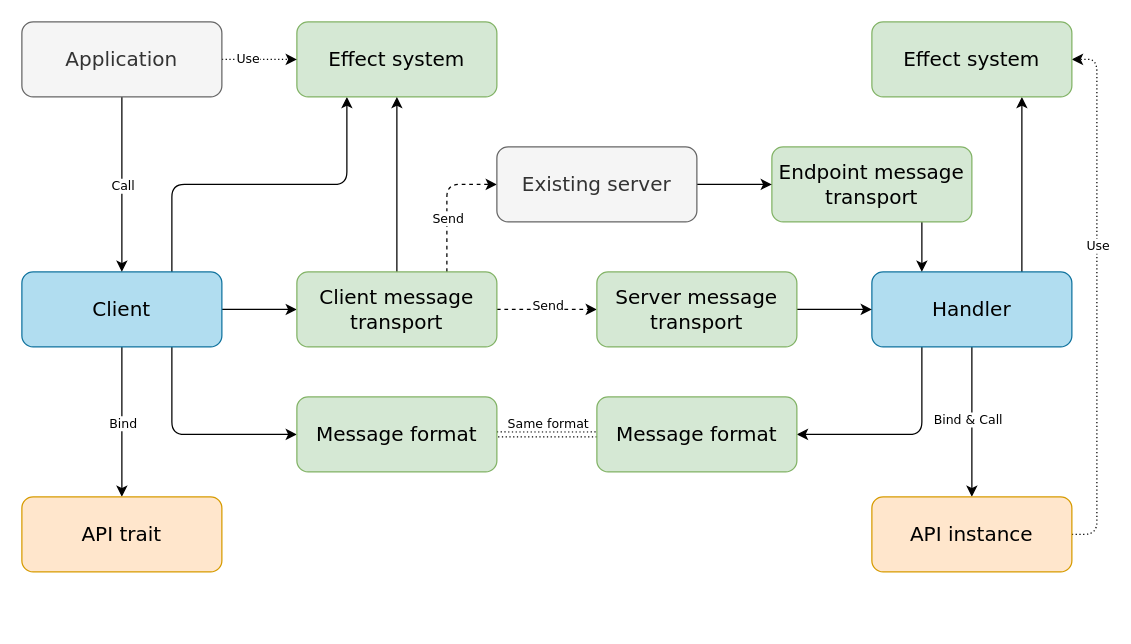
Before: doc/diagrams/architecture.drawio in martin-ockajak/automorph, a draw.io diagram. Source tidied: cells renumbered, new cells numbered last; positions are measured from the earlier drawing's top-left corner, leaving out a move shared by most shapes. Both pictures are drawn from the tidied source at 125%, with x=0, y=0 at pixel (21, 21).
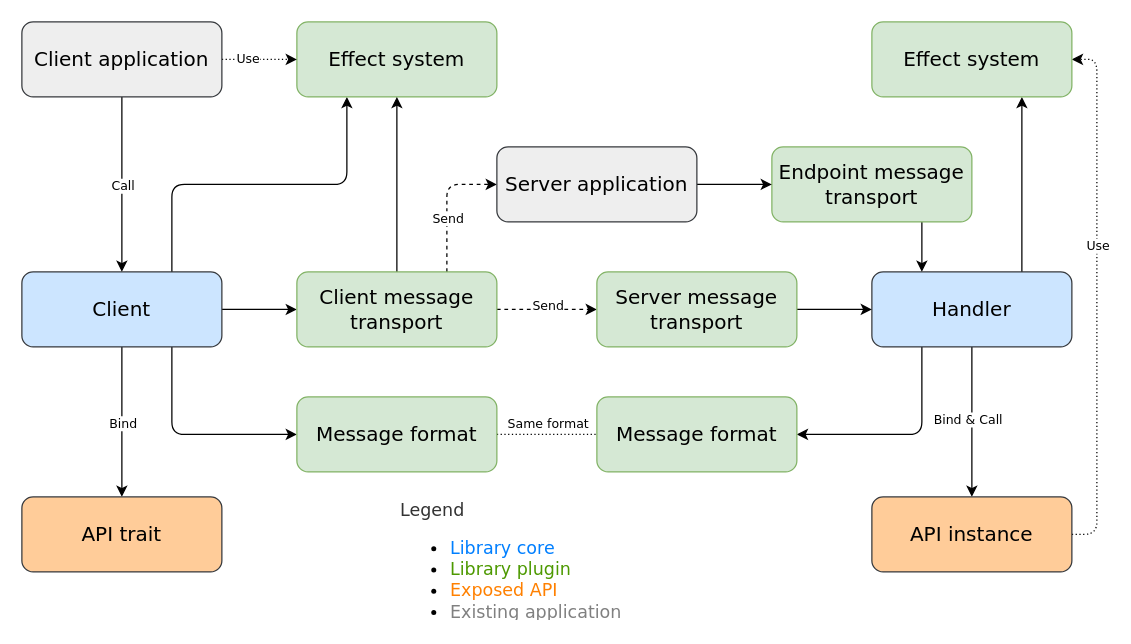
The same page after the edit.

The change refers to these unchanged cells:
```xml
<mxCell id="16" value="&lt;font style=&quot;font-size: 16px;&quot;&gt;Message format&lt;/font&gt;" style="rounded=1;whiteSpace=wrap;html=1;fillColor=#d5e8d4;strokeColor=#82b366;fontFamily=Verdana;fontSize=16;" parent="1" vertex="1">
  <mxGeometry x="220" y="300" width="160" height="60" as="geometry" />
</mxCell>
<mxCell id="34" value="&lt;font style=&quot;font-size: 16px;&quot;&gt;Message format&lt;/font&gt;" style="rounded=1;whiteSpace=wrap;html=1;fillColor=#d5e8d4;strokeColor=#82b366;fontFamily=Verdana;fontSize=16;" parent="1" vertex="1">
  <mxGeometry x="460" y="300" width="160" height="60" as="geometry" />
</mxCell>
```

Diff of the diagram source:
```diff
@@
-    <mxCell id="8" value="&lt;font style=&quot;font-size: 16px;&quot;&gt;Client&lt;/font&gt;" style="rounded=1;whiteSpace=wrap;html=1;fillColor=#b1ddf0;strokeColor=#10739e;fontFamily=Verdana;fontSize=16;" parent="1" vertex="1">
+    <mxCell id="8" value="&lt;font style=&quot;font-size: 16px;&quot;&gt;Client&lt;/font&gt;" style="rounded=1;whiteSpace=wrap;html=1;fillColor=#cce5ff;strokeColor=#36393d;fontFamily=Verdana;fontSize=16;" parent="1" vertex="1">
       <mxGeometry y="200" width="160" height="60" as="geometry" />
     </mxCell>
@@
-    <mxCell id="12" value="&lt;font style=&quot;font-size: 16px;&quot;&gt;Handler&lt;/font&gt;" style="rounded=1;whiteSpace=wrap;html=1;fillColor=#b1ddf0;strokeColor=#10739e;fontFamily=Verdana;fontSize=16;" parent="1" vertex="1">
+    <mxCell id="12" value="&lt;font style=&quot;font-size: 16px;&quot;&gt;Handler&lt;/font&gt;" style="rounded=1;whiteSpace=wrap;html=1;fillColor=#cce5ff;strokeColor=#36393d;fontFamily=Verdana;fontSize=16;" parent="1" vertex="1">
       <mxGeometry x="680" y="200" width="160" height="60" as="geometry" />
     </mxCell>
@@
-    <mxCell id="14" style="edgeStyle=orthogonalEdgeStyle;rounded=1;jettySize=auto;html=1;exitX=1;exitY=0.5;exitDx=0;exitDy=0;entryX=0;entryY=0.5;entryDx=0;entryDy=0;fontFamily=Verdana;fontSize=16;strokeColor=#000000;shape=link;dashed=1;dashPattern=1 2;" parent="1" edge="1" source="16" target="34">
+    <mxCell id="14" style="edgeStyle=orthogonalEdgeStyle;rounded=1;jettySize=auto;html=1;exitX=1;exitY=0.5;exitDx=0;exitDy=0;entryX=0;entryY=0.5;entryDx=0;entryDy=0;fontFamily=Verdana;fontSize=16;strokeColor=#000000;dashed=1;dashPattern=1 2;endArrow=none;endFill=0;" parent="1" edge="1" source="16" target="34">
       <mxGeometry relative="1" as="geometry" />
     </mxCell>
@@
-    <mxCell id="25" value="&lt;font style=&quot;font-size: 16px&quot;&gt;API trait&lt;/font&gt;" style="rounded=1;whiteSpace=wrap;html=1;fillColor=#ffe6cc;strokeColor=#d79b00;fontFamily=Verdana;fontSize=16;" parent="1" vertex="1">
+    <mxCell id="25" value="&lt;font style=&quot;font-size: 16px&quot;&gt;API trait&lt;/font&gt;" style="rounded=1;whiteSpace=wrap;html=1;fillColor=#ffcc99;strokeColor=#36393d;fontFamily=Verdana;fontSize=16;" parent="1" vertex="1">
       <mxGeometry y="380" width="160" height="60" as="geometry" />
     </mxCell>
@@
-    <mxCell id="27" value="&lt;font style=&quot;font-size: 16px&quot;&gt;API instance&lt;/font&gt;" style="rounded=1;whiteSpace=wrap;html=1;fillColor=#ffe6cc;strokeColor=#d79b00;fontFamily=Verdana;fontSize=16;" parent="1" vertex="1">
+    <mxCell id="27" value="&lt;font style=&quot;font-size: 16px&quot;&gt;API instance&lt;/font&gt;" style="rounded=1;whiteSpace=wrap;html=1;fillColor=#ffcc99;strokeColor=#36393d;fontFamily=Verdana;fontSize=16;" parent="1" vertex="1">
       <mxGeometry x="680" y="380" width="160" height="60" as="geometry" />
     </mxCell>
@@
-    <mxCell id="29" value="&lt;font style=&quot;font-size: 16px&quot;&gt;Existing server&lt;/font&gt;" style="rounded=1;whiteSpace=wrap;html=1;fillColor=#f5f5f5;strokeColor=#666666;fontFamily=Verdana;fontSize=16;fontColor=#333333;" parent="1" vertex="1">
+    <mxCell id="29" value="&lt;font style=&quot;font-size: 16px&quot;&gt;Server application&lt;/font&gt;" style="rounded=1;whiteSpace=wrap;html=1;fillColor=#eeeeee;strokeColor=#36393d;fontFamily=Verdana;fontSize=16;" parent="1" vertex="1">
       <mxGeometry x="380" y="100" width="160" height="60" as="geometry" />
     </mxCell>
@@
-    <mxCell id="32" value="&lt;font style=&quot;font-size: 16px&quot;&gt;Application&lt;/font&gt;" style="rounded=1;whiteSpace=wrap;html=1;fillColor=#f5f5f5;strokeColor=#666666;fontFamily=Verdana;fontSize=16;fontColor=#333333;" parent="1" vertex="1">
+    <mxCell id="32" value="&lt;font style=&quot;font-size: 16px&quot;&gt;Client application&lt;/font&gt;" style="rounded=1;whiteSpace=wrap;html=1;fillColor=#eeeeee;strokeColor=#36393d;fontFamily=Verdana;fontSize=16;" parent="1" vertex="1">
       <mxGeometry width="160" height="60" as="geometry" />
     </mxCell>
@@
+    <mxCell id="42" value="&lt;div style=&quot;font-size: 14px&quot;&gt;&lt;font color=&quot;#333333&quot; style=&quot;font-size: 14px&quot;&gt;Legend&lt;/font&gt;&lt;/div&gt;&lt;ul style=&quot;font-size: 14px&quot;&gt;&lt;li&gt;&lt;font color=&quot;#007fff&quot; style=&quot;font-size: 14px&quot;&gt;Library core&lt;/font&gt;&lt;/li&gt;&lt;li&gt;&lt;font color=&quot;#4d9900&quot; style=&quot;font-size: 14px&quot;&gt;Library plugin&lt;/font&gt;&lt;/li&gt;&lt;li&gt;&lt;font color=&quot;#ff8000&quot; style=&quot;font-size: 14px&quot;&gt;Exposed API&lt;/font&gt;&lt;/li&gt;&lt;li&gt;&lt;font color=&quot;#808080&quot; style=&quot;font-size: 14px&quot;&gt;Existing application&lt;/font&gt;&lt;/li&gt;&lt;/ul&gt;" style="text;strokeColor=none;fillColor=none;html=1;whiteSpace=wrap;verticalAlign=middle;overflow=hidden;fontFamily=Verdana;fontSize=12;align=left;" parent="1" vertex="1">
+      <mxGeometry x="301" y="380" width="239" height="100" as="geometry" />
+    </mxCell>
```
